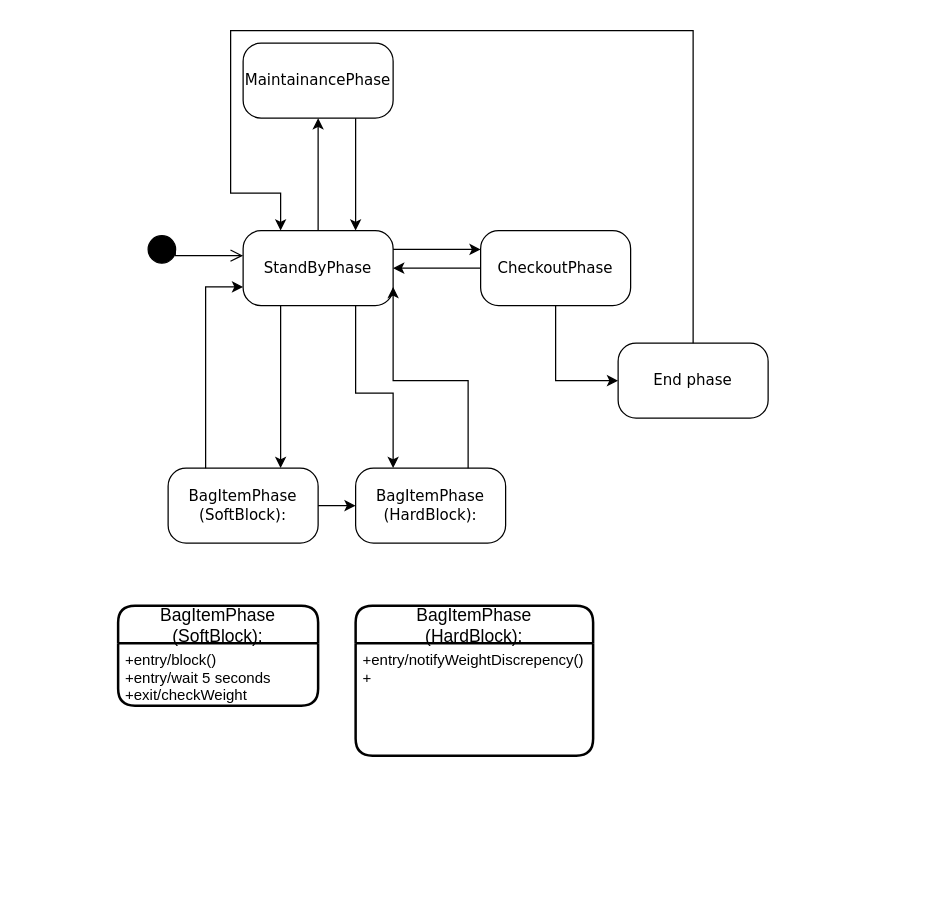
This is page "Generalized State Diagram" (1 of 3) of Diagrams/StateDiagrams/Untitled Diagram.drawio from adam-25/Self-Checkout-System, a draw.io file, before an edit. Source tidied: cells renumbered, new cells numbered last; positions are measured from the earlier drawing's top-left corner, leaving out a move shared by most shapes. Both pictures are drawn from the tidied source at 125%, with x=0, y=0 at pixel (118, 30).
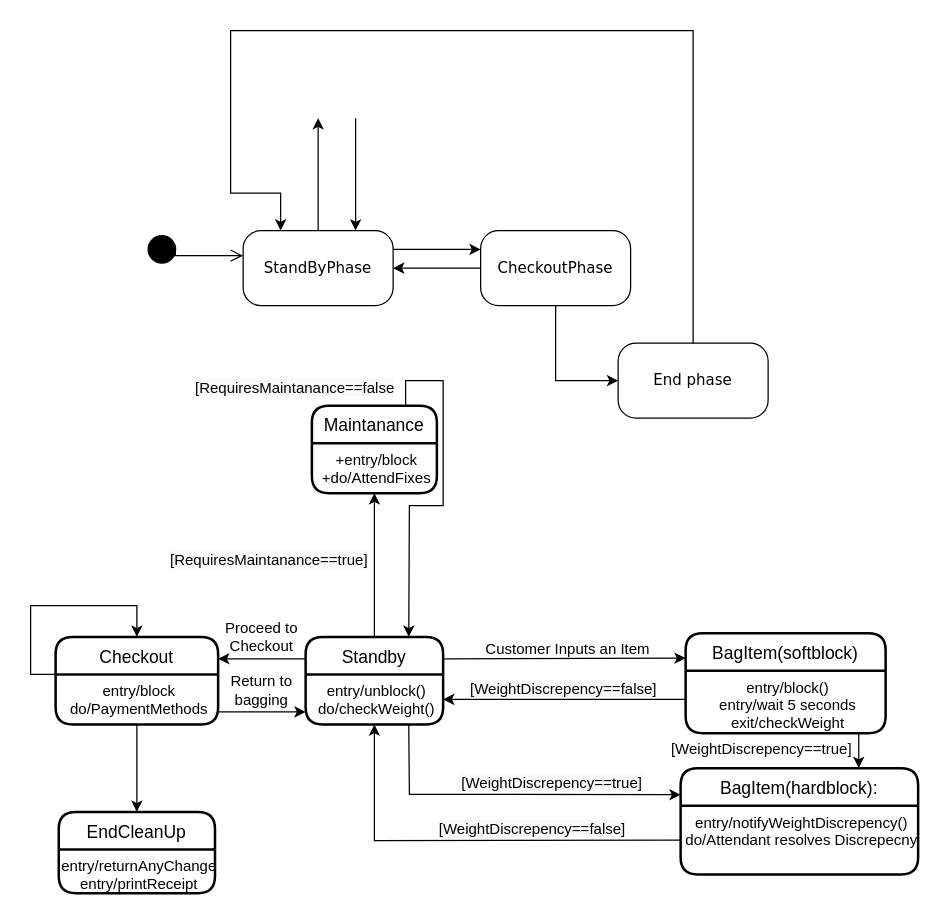
The same diagram, later.

Unchanged cells that the change refers to:
```xml
<mxCell id="3" value="StandByPhase" style="rounded=1;whiteSpace=wrap;html=1;arcSize=24;shadow=0;comic=0;labelBackgroundColor=none;fontFamily=Verdana;fontSize=12;align=center;" parent="1" vertex="1">
  <mxGeometry x="100" y="160" width="120" height="60" as="geometry" />
</mxCell>
```

Change to the diagram source:
```diff
@@
-    <mxCell id="5" value="BagItemPhase&lt;br&gt;(SoftBlock):" style="rounded=1;whiteSpace=wrap;html=1;arcSize=24;shadow=0;comic=0;labelBackgroundColor=none;fontFamily=Verdana;fontSize=12;align=center;" parent="1" vertex="1">
-      <mxGeometry x="40" y="350" width="120" height="60" as="geometry" />
-    </mxCell>
@@
-    <mxCell id="9" value="MaintainancePhase" style="rounded=1;whiteSpace=wrap;html=1;arcSize=24;shadow=0;comic=0;labelBackgroundColor=none;fontFamily=Verdana;fontSize=12;align=center;" parent="1" vertex="1">
-      <mxGeometry x="100" y="10" width="120" height="60" as="geometry" />
-    </mxCell>
-    <mxCell id="10" style="endArrow=classic;html=1;rounded=0;strokeColor=#000000;exitX=0.5;exitY=0;exitDx=0;exitDy=0;entryX=0.5;entryY=1;entryDx=0;entryDy=0;" parent="1" edge="1" source="3" target="9">
-      <mxGeometry relative="1" as="geometry" />
+    <mxCell id="10" style="endArrow=classic;html=1;rounded=0;strokeColor=#000000;exitX=0.5;exitY=0;exitDx=0;exitDy=0;entryX=0.5;entryY=1;entryDx=0;entryDy=0;" parent="1" edge="1" source="3">
+      <mxGeometry relative="1" as="geometry">
+        <mxPoint x="160" y="70" as="targetPoint" />
+      </mxGeometry>
     </mxCell>
-    <mxCell id="11" style="endArrow=classic;html=1;rounded=0;strokeColor=#000000;exitX=0.75;exitY=1;exitDx=0;exitDy=0;entryX=0.75;entryY=0;entryDx=0;entryDy=0;" parent="1" edge="1" source="9" target="3">
-      <mxGeometry relative="1" as="geometry" />
+    <mxCell id="11" style="endArrow=classic;html=1;rounded=0;strokeColor=#000000;exitX=0.75;exitY=1;exitDx=0;exitDy=0;entryX=0.75;entryY=0;entryDx=0;entryDy=0;" parent="1" edge="1" target="3">
+      <mxGeometry relative="1" as="geometry">
+        <mxPoint x="190" y="70" as="sourcePoint" />
+      </mxGeometry>
     </mxCell>
@@
-    <mxCell id="14" value="BagItemPhase&lt;br&gt;(HardBlock):" style="rounded=1;whiteSpace=wrap;html=1;arcSize=24;shadow=0;comic=0;labelBackgroundColor=none;fontFamily=Verdana;fontSize=12;align=center;" parent="1" vertex="1">
-      <mxGeometry x="190" y="350" width="120" height="60" as="geometry" />
-    </mxCell>
-    <mxCell id="15" style="endArrow=classic;html=1;rounded=0;strokeColor=#000000;entryX=0.75;entryY=0;entryDx=0;entryDy=0;exitX=0.25;exitY=1;exitDx=0;exitDy=0;" parent="1" edge="1" source="3" target="5">
-      <mxGeometry relative="1" as="geometry" />
-    </mxCell>
-    <mxCell id="16" style="endArrow=classic;html=1;rounded=0;strokeColor=#000000;exitX=0.25;exitY=0;exitDx=0;exitDy=0;entryX=0;entryY=0.75;entryDx=0;entryDy=0;" parent="1" edge="1" source="5" target="3">
-      <mxGeometry relative="1" as="geometry">
-        <Array as="points">
-          <mxPoint x="70" y="205" />
-        </Array>
-      </mxGeometry>
-    </mxCell>
-    <mxCell id="17" style="endArrow=classic;html=1;rounded=0;strokeColor=#000000;exitX=0.75;exitY=1;exitDx=0;exitDy=0;entryX=0.25;entryY=0;entryDx=0;entryDy=0;" parent="1" edge="1" source="3" target="14">
-      <mxGeometry relative="1" as="geometry">
-        <Array as="points">
-          <mxPoint x="190" y="290" />
-          <mxPoint x="220" y="290" />
-        </Array>
-      </mxGeometry>
-    </mxCell>
-    <mxCell id="18" style="endArrow=classic;html=1;rounded=0;strokeColor=#000000;exitX=0.75;exitY=0;exitDx=0;exitDy=0;entryX=1;entryY=0.75;entryDx=0;entryDy=0;" parent="1" edge="1" source="14" target="3">
-      <mxGeometry relative="1" as="geometry">
-        <Array as="points">
-          <mxPoint x="280" y="280" />
-          <mxPoint x="220" y="280" />
-        </Array>
-      </mxGeometry>
-    </mxCell>
-    <mxCell id="19" style="endArrow=classic;html=1;rounded=0;strokeColor=#000000;exitX=1;exitY=0.5;exitDx=0;exitDy=0;entryX=0;entryY=0.5;entryDx=0;entryDy=0;" parent="1" edge="1" source="5" target="14">
-      <mxGeometry relative="1" as="geometry" />
-    </mxCell>
@@
-    <mxCell id="21" value="BagItemPhase &#10;(SoftBlock):" style="swimlane;horizontal=1;startSize=30;rounded=1;fontSize=14;fontStyle=0;strokeWidth=2;shadow=0;dashed=0;align=center;" parent="1" vertex="1">
-      <mxGeometry y="460" width="160" height="80" as="geometry" />
+    <mxCell id="21" value="BagItem(softblock)" style="swimlane;horizontal=1;startSize=30;rounded=1;fontSize=14;fontStyle=0;strokeWidth=2;shadow=0;dashed=0;align=center;" parent="1" vertex="1">
+      <mxGeometry x="454" y="482" width="160" height="80" as="geometry" />
     </mxCell>
-    <mxCell id="22" value="+entry/block()&#10;+entry/wait 5 seconds&#10;+exit/checkWeight" style="align=left;strokeColor=none;fillColor=none;spacingLeft=4;fontSize=12;verticalAlign=top;" parent="21" vertex="1">
+    <mxCell id="22" value="entry/block()&#10;entry/wait 5 seconds&#10;exit/checkWeight" style="align=center;strokeColor=none;fillColor=none;spacingLeft=4;fontSize=12;verticalAlign=top;" parent="21" vertex="1">
       <mxGeometry y="30" width="160" height="50" as="geometry" />
     </mxCell>
-    <mxCell id="23" value="BagItemPhase&#10;(HardBlock):" style="swimlane;horizontal=1;startSize=30;rounded=1;fontSize=14;fontStyle=0;strokeWidth=2;shadow=0;dashed=0;align=center;" parent="1" vertex="1">
-      <mxGeometry x="190" y="460" width="190" height="120" as="geometry" />
+    <mxCell id="23" value="BagItem(hardblock):" style="swimlane;horizontal=1;startSize=30;rounded=1;fontSize=14;fontStyle=0;strokeWidth=2;shadow=0;dashed=0;align=center;" parent="1" vertex="1">
+      <mxGeometry x="450" y="590" width="190" height="85" as="geometry" />
     </mxCell>
-    <mxCell id="24" value="+entry/notifyWeightDiscrepency()&#10;+ " style="align=left;strokeColor=none;fillColor=none;spacingLeft=4;fontSize=12;verticalAlign=top;" parent="23" vertex="1">
-      <mxGeometry y="30" width="190" height="90" as="geometry" />
+    <mxCell id="24" value="entry/notifyWeightDiscrepency()&#10;do/Attendant resolves Discrepecny&#10; " style="align=center;strokeColor=none;fillColor=none;spacingLeft=4;fontSize=12;verticalAlign=top;" parent="23" vertex="1">
+      <mxGeometry y="30" width="190" height="55" as="geometry" />
     </mxCell>
+    <mxCell id="25" value="[WeightDiscrepency==true]" style="text;html=1;strokeColor=none;fillColor=none;align=center;verticalAlign=middle;whiteSpace=wrap;rounded=0;" parent="1" vertex="1">
+      <mxGeometry x="460" y="560" width="110" height="30" as="geometry" />
+    </mxCell>
+    <mxCell id="26" style="edgeStyle=orthogonalEdgeStyle;rounded=0;jettySize=auto;html=1;entryX=0.75;entryY=0;entryDx=0;entryDy=0;exitX=0.75;exitY=1;exitDx=0;exitDy=0;" parent="1" edge="1" source="22" target="23">
+      <mxGeometry relative="1" as="geometry" />
+    </mxCell>
+    <mxCell id="27" value="Standby" style="swimlane;horizontal=1;startSize=30;rounded=1;fontSize=14;fontStyle=0;strokeWidth=2;shadow=0;dashed=0;align=center;" parent="1" vertex="1">
+      <mxGeometry x="150" y="485" width="110" height="70" as="geometry" />
+    </mxCell>
+    <mxCell id="28" value="entry/unblock()&#10;do/checkWeight()&#10;" style="align=center;strokeColor=none;fillColor=none;spacingLeft=4;fontSize=12;verticalAlign=top;" parent="27" vertex="1">
+      <mxGeometry y="30" width="110" height="40" as="geometry" />
+    </mxCell>
+    <mxCell id="29" style="endArrow=classic;html=1;rounded=0;exitX=1;exitY=0.25;exitDx=0;exitDy=0;entryX=0;entryY=0.25;entryDx=0;entryDy=0;" parent="1" edge="1" source="27" target="21">
+      <mxGeometry relative="1" as="geometry" />
+    </mxCell>
+    <mxCell id="30" value="Customer Inputs an Item" style="text;html=1;strokeColor=none;fillColor=none;align=center;verticalAlign=middle;whiteSpace=wrap;rounded=0;" parent="1" vertex="1">
+      <mxGeometry x="280" y="480" width="160" height="30" as="geometry" />
+    </mxCell>
+    <mxCell id="31" style="endArrow=classic;html=1;rounded=0;exitX=0;exitY=0.5;exitDx=0;exitDy=0;entryX=1;entryY=0.5;entryDx=0;entryDy=0;" parent="1" edge="1" source="22" target="28">
+      <mxGeometry relative="1" as="geometry">
+        <Array as="points">
+          <mxPoint x="454" y="535" />
+        </Array>
+      </mxGeometry>
+    </mxCell>
+    <mxCell id="32" value="&lt;span style=&quot;color: rgb(0 , 0 , 0) ; font-family: &amp;#34;helvetica&amp;#34; ; font-size: 12px ; font-style: normal ; font-weight: 400 ; letter-spacing: normal ; text-align: center ; text-indent: 0px ; text-transform: none ; word-spacing: 0px ; background-color: rgb(248 , 249 , 250) ; display: inline ; float: none&quot;&gt;[WeightDiscrepency==false]&lt;/span&gt;" style="text;whiteSpace=wrap;html=1;" parent="1" vertex="1">
+      <mxGeometry x="280" y="513" width="170" height="30" as="geometry" />
+    </mxCell>
+    <mxCell id="33" style="endArrow=classic;html=1;rounded=0;exitX=0.75;exitY=1;exitDx=0;exitDy=0;entryX=0;entryY=0.25;entryDx=0;entryDy=0;" parent="1" edge="1" source="28" target="23">
+      <mxGeometry relative="1" as="geometry">
+        <Array as="points">
+          <mxPoint x="233" y="611" />
+        </Array>
+      </mxGeometry>
+    </mxCell>
+    <mxCell id="34" value="&lt;span style=&quot;color: rgb(0 , 0 , 0) ; font-family: &amp;#34;helvetica&amp;#34; ; font-size: 12px ; font-style: normal ; font-weight: 400 ; letter-spacing: normal ; text-align: center ; text-indent: 0px ; text-transform: none ; word-spacing: 0px ; background-color: rgb(248 , 249 , 250) ; display: inline ; float: none&quot;&gt;[WeightDiscrepency==false]&lt;/span&gt;" style="text;whiteSpace=wrap;html=1;" parent="1" vertex="1">
+      <mxGeometry x="255" y="625" width="170" height="30" as="geometry" />
+    </mxCell>
+    <mxCell id="35" style="endArrow=classic;html=1;rounded=0;exitX=0;exitY=0.5;exitDx=0;exitDy=0;entryX=0.5;entryY=1;entryDx=0;entryDy=0;" parent="1" edge="1" source="24" target="28">
+      <mxGeometry relative="1" as="geometry">
+        <Array as="points">
+          <mxPoint x="205" y="648" />
+        </Array>
+      </mxGeometry>
+    </mxCell>
+    <mxCell id="36" value="&lt;span style=&quot;color: rgb(0, 0, 0); font-family: helvetica; font-size: 12px; font-style: normal; font-weight: 400; letter-spacing: normal; text-align: center; text-indent: 0px; text-transform: none; word-spacing: 0px; background-color: rgb(248, 249, 250); display: inline; float: none;&quot;&gt;[WeightDiscrepency==true]&lt;/span&gt;" style="text;whiteSpace=wrap;html=1;" parent="1" vertex="1">
+      <mxGeometry x="273" y="588" width="170" height="30" as="geometry" />
+    </mxCell>
+    <mxCell id="37" value="Checkout" style="swimlane;horizontal=1;startSize=30;rounded=1;fontSize=14;fontStyle=0;strokeWidth=2;shadow=0;dashed=0;align=center;" parent="1" vertex="1">
+      <mxGeometry x="-50" y="485" width="130" height="70" as="geometry" />
+    </mxCell>
+    <mxCell id="38" value="entry/block&#10;do/PaymentMethods" style="align=center;strokeColor=none;fillColor=none;spacingLeft=4;fontSize=12;verticalAlign=top;" parent="37" vertex="1">
+      <mxGeometry y="30" width="130" height="40" as="geometry" />
+    </mxCell>
+    <mxCell id="39" style="endArrow=classic;html=1;rounded=0;exitX=0;exitY=0;exitDx=0;exitDy=0;entryX=0.5;entryY=0;entryDx=0;entryDy=0;" parent="37" edge="1" source="38" target="37">
+      <mxGeometry relative="1" as="geometry">
+        <Array as="points">
+          <mxPoint x="-20" y="30" />
+          <mxPoint x="-20" y="-25" />
+          <mxPoint x="65" y="-25" />
+        </Array>
+      </mxGeometry>
+    </mxCell>
+    <mxCell id="40" style="endArrow=classic;html=1;rounded=0;entryX=0;entryY=0.75;entryDx=0;entryDy=0;exitX=1;exitY=0.75;exitDx=0;exitDy=0;" parent="1" edge="1" source="38" target="28">
+      <mxGeometry relative="1" as="geometry" />
+    </mxCell>
+    <mxCell id="41" style="endArrow=classic;html=1;rounded=0;exitX=0;exitY=0.25;exitDx=0;exitDy=0;entryX=1;entryY=0.25;entryDx=0;entryDy=0;" parent="1" edge="1" source="27" target="37">
+      <mxGeometry relative="1" as="geometry" />
+    </mxCell>
+    <mxCell id="42" value="Proceed to Checkout" style="text;html=1;strokeColor=none;fillColor=none;align=center;verticalAlign=middle;whiteSpace=wrap;rounded=0;" parent="1" vertex="1">
+      <mxGeometry x="70" y="470" width="90" height="30" as="geometry" />
+    </mxCell>
+    <mxCell id="43" value="Return to bagging" style="text;html=1;strokeColor=none;fillColor=none;align=center;verticalAlign=middle;whiteSpace=wrap;rounded=0;" parent="1" vertex="1">
+      <mxGeometry x="70" y="513" width="90" height="30" as="geometry" />
+    </mxCell>
+    <mxCell id="44" style="endArrow=classic;html=1;rounded=0;exitX=0.5;exitY=1;exitDx=0;exitDy=0;entryX=0.5;entryY=0;entryDx=0;entryDy=0;" parent="1" edge="1" source="38" target="45">
+      <mxGeometry relative="1" as="geometry" />
+    </mxCell>
+    <mxCell id="45" value="EndCleanUp" style="swimlane;horizontal=1;startSize=30;rounded=1;fontSize=14;fontStyle=0;strokeWidth=2;shadow=0;dashed=0;align=center;" parent="1" vertex="1">
+      <mxGeometry x="-47.5" y="625" width="125" height="65" as="geometry" />
+    </mxCell>
+    <mxCell id="46" value="entry/returnAnyChange&#10;entry/printReceipt&#10;" style="align=center;strokeColor=none;fillColor=none;spacingLeft=4;fontSize=12;verticalAlign=top;" parent="45" vertex="1">
+      <mxGeometry y="30" width="125" height="35" as="geometry" />
+    </mxCell>
+    <mxCell id="47" value="Maintanance" style="swimlane;horizontal=1;startSize=30;rounded=1;fontSize=14;fontStyle=0;strokeWidth=2;shadow=0;dashed=0;align=center;" parent="1" vertex="1">
+      <mxGeometry x="155" y="300" width="100" height="70" as="geometry" />
+    </mxCell>
+    <mxCell id="48" value="+entry/block&#10;+do/AttendFixes" style="align=center;strokeColor=none;fillColor=none;spacingLeft=4;fontSize=12;verticalAlign=top;" parent="47" vertex="1">
+      <mxGeometry y="30" width="100" height="40" as="geometry" />
+    </mxCell>
+    <mxCell id="49" style="endArrow=classic;html=1;rounded=0;exitX=0.5;exitY=0;exitDx=0;exitDy=0;entryX=0.5;entryY=1;entryDx=0;entryDy=0;" parent="1" edge="1" source="27" target="48">
+      <mxGeometry relative="1" as="geometry" />
+    </mxCell>
+    <mxCell id="50" value="&lt;span style=&quot;color: rgb(0 , 0 , 0) ; font-family: &amp;#34;helvetica&amp;#34; ; font-size: 12px ; font-style: normal ; font-weight: 400 ; letter-spacing: normal ; text-align: center ; text-indent: 0px ; text-transform: none ; word-spacing: 0px ; background-color: rgb(248 , 249 , 250) ; display: inline ; float: none&quot;&gt;[RequiresMaintanance==true]&lt;/span&gt;" style="text;whiteSpace=wrap;html=1;" parent="1" vertex="1">
+      <mxGeometry x="40" y="410" width="170" height="30" as="geometry" />
+    </mxCell>
+    <mxCell id="51" value="&lt;span style=&quot;color: rgb(0 , 0 , 0) ; font-family: &amp;#34;helvetica&amp;#34; ; font-size: 12px ; font-style: normal ; font-weight: 400 ; letter-spacing: normal ; text-align: center ; text-indent: 0px ; text-transform: none ; word-spacing: 0px ; background-color: rgb(248 , 249 , 250) ; display: inline ; float: none&quot;&gt;[RequiresMaintanance==false&lt;/span&gt;" style="text;whiteSpace=wrap;html=1;" parent="1" vertex="1">
+      <mxGeometry x="60" y="272" width="170" height="30" as="geometry" />
+    </mxCell>
+    <mxCell id="52" style="endArrow=classic;html=1;rounded=0;exitX=0.75;exitY=0;exitDx=0;exitDy=0;entryX=0.75;entryY=0;entryDx=0;entryDy=0;" parent="1" edge="1" source="47" target="27">
+      <mxGeometry relative="1" as="geometry">
+        <Array as="points">
+          <mxPoint x="230" y="280" />
+          <mxPoint x="260" y="280" />
+          <mxPoint x="260" y="300" />
+          <mxPoint x="260" y="340" />
+          <mxPoint x="260" y="380" />
+          <mxPoint x="233" y="380" />
+        </Array>
+      </mxGeometry>
+    </mxCell>
```
